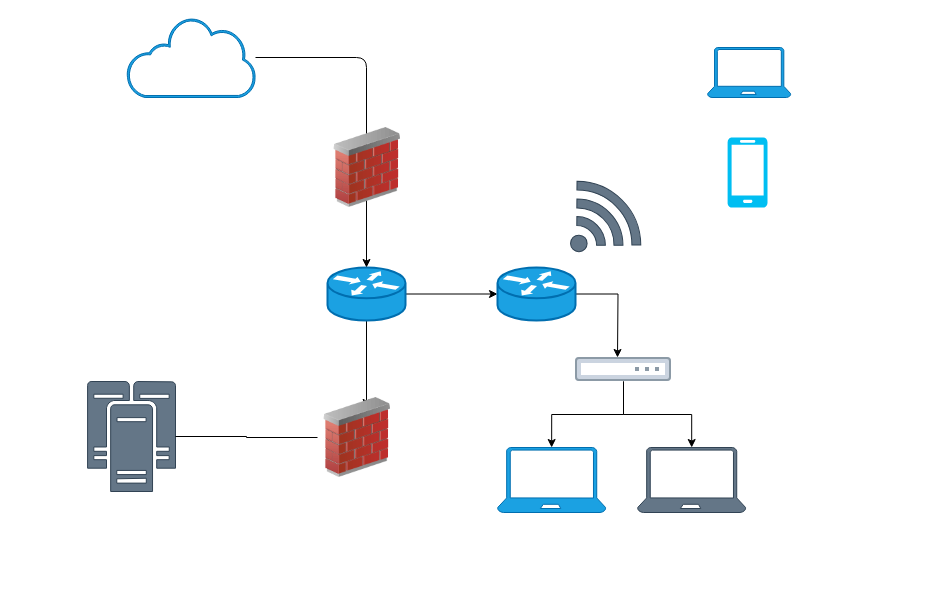
Earlier version of the draw.io diagram Untitled Diagram.drawio (bridget-cincotta/Linux-bash-scripting). Source tidied: cells renumbered, new cells numbered last; positions are measured from the earlier drawing's top-left corner, leaving out a move shared by most shapes. Both pictures are drawn from the tidied source at 100%, with x=0, y=0 at pixel (87, 17).
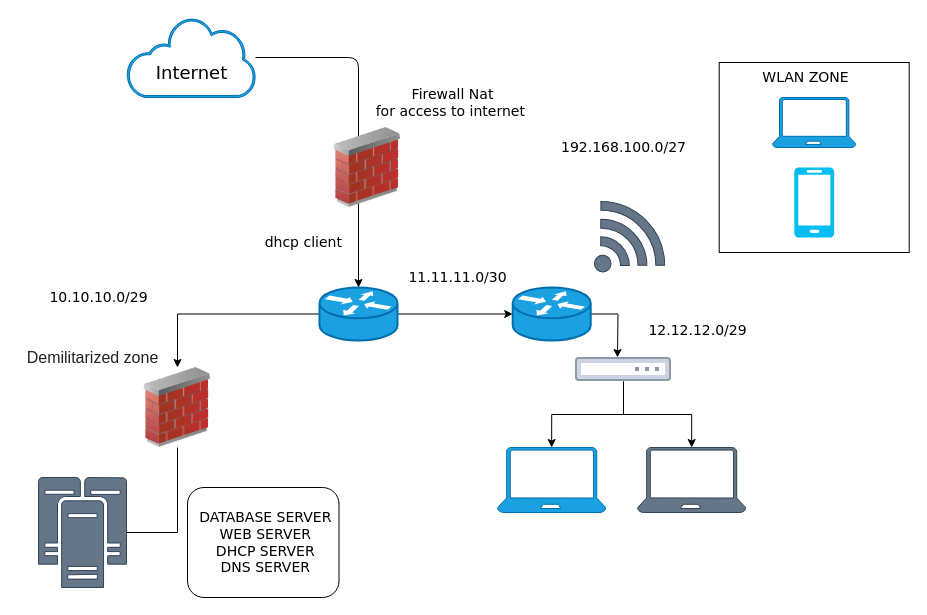
The same diagram, later.

The edit, as a diff of the source:
```diff
@@
+    <mxCell id="21" style="whiteSpace=wrap;html=1;fontFamily=Verdana;fontSize=14;" parent="1" vertex="1">
+      <mxGeometry x="631.7" y="45" width="190" height="190" as="geometry" />
+    </mxCell>
+    <mxCell id="22" style="rounded=1;whiteSpace=wrap;html=1;fontFamily=Verdana;fontSize=14;" parent="1" vertex="1">
+      <mxGeometry x="100" y="470" width="151.5" height="110" as="geometry" />
+    </mxCell>
@@
-    <mxCell id="3" style="edgeStyle=orthogonalEdgeStyle;rounded=0;jettySize=auto;html=1;" parent="1" edge="1" source="4">
-      <mxGeometry relative="1" as="geometry">
-        <mxPoint x="279" y="390" as="targetPoint" />
-      </mxGeometry>
-    </mxCell>
+    <mxCell id="23" style="edgeStyle=orthogonalEdgeStyle;rounded=0;jettySize=auto;html=1;fontFamily=Verdana;fontSize=14;" parent="1" edge="1" source="4" target="19">
+      <mxGeometry relative="1" as="geometry" />
+    </mxCell>
     <mxCell id="4" style="shape=mxgraph.cisco.routers.router;html=1;dashed=0;fillColor=#1ba1e2;strokeColor=#006EAF;strokeWidth=2;verticalLabelPosition=bottom;verticalAlign=top;align=center;outlineConnect=0;fontColor=#ffffff;" parent="1" vertex="1">
-      <mxGeometry x="240" y="250" width="78" height="53" as="geometry" />
+      <mxGeometry x="232" y="270" width="78" height="53" as="geometry" />
     </mxCell>
@@
     <mxCell id="6" style="shape=mxgraph.cisco.routers.router;html=1;dashed=0;fillColor=#1ba1e2;strokeColor=#006EAF;strokeWidth=2;verticalLabelPosition=bottom;verticalAlign=top;align=center;outlineConnect=0;fontColor=#ffffff;" parent="1" vertex="1">
-      <mxGeometry x="410" y="250" width="78" height="53" as="geometry" />
+      <mxGeometry x="425.2" y="270" width="78" height="53" as="geometry" />
     </mxCell>
@@
     <mxCell id="9" style="sketch=0;shadow=0;dashed=0;html=1;strokeColor=#314354;labelPosition=center;verticalLabelPosition=bottom;verticalAlign=top;align=center;fillColor=#647687;shape=mxgraph.mscae.enterprise.cluster_server;fontColor=#ffffff;" parent="1" vertex="1">
-      <mxGeometry y="364" width="88" height="110" as="geometry" />
+      <mxGeometry x="-49" y="460" width="88" height="110" as="geometry" />
     </mxCell>
@@
     <mxCell id="16" style="sketch=0;shadow=0;dashed=0;html=1;strokeColor=#006EAF;labelPosition=center;verticalLabelPosition=bottom;verticalAlign=top;align=center;fillColor=#1ba1e2;shape=mxgraph.azure.laptop;fontColor=#ffffff;" parent="1" vertex="1">
-      <mxGeometry x="620" y="30" width="83.3" height="50" as="geometry" />
+      <mxGeometry x="685" y="80" width="83.3" height="50" as="geometry" />
     </mxCell>
     <mxCell id="17" style="sketch=0;shadow=0;dashed=0;html=1;strokeColor=#314354;labelPosition=center;verticalLabelPosition=bottom;verticalAlign=top;align=center;fillColor=#647687;shape=mxgraph.mscae.enterprise.wireless_connection;rotation=-45;fontColor=#ffffff;" parent="1" vertex="1">
-      <mxGeometry x="474.2" y="159.8" width="75.8" height="90.2" as="geometry" />
+      <mxGeometry x="498.1" y="180" width="75.8" height="90.2" as="geometry" />
     </mxCell>
     <mxCell id="18" style="verticalLabelPosition=bottom;html=1;verticalAlign=top;align=center;strokeColor=none;fillColor=#00BEF2;shape=mxgraph.azure.mobile;" parent="1" vertex="1">
-      <mxGeometry x="640" y="120" width="40" height="70" as="geometry" />
+      <mxGeometry x="706.7" y="150" width="40" height="70" as="geometry" />
     </mxCell>
     <mxCell id="19" style="image;html=1;image=img/lib/clip_art/networking/Firewall_02_128x128.png;" parent="1" vertex="1">
-      <mxGeometry x="230" y="380" width="80" height="80" as="geometry" />
+      <mxGeometry x="50" y="350" width="80" height="80" as="geometry" />
     </mxCell>
@@
+    <mxCell id="24" value="&lt;font face=&quot;Verdana&quot; style=&quot;font-size: 18px;&quot;&gt;Internet&lt;/font&gt;" style="text;html=1;align=center;verticalAlign=middle;strokeColor=none;fillColor=none;" parent="1" vertex="1">
+      <mxGeometry x="58.5" y="45" width="90" height="20" as="geometry" />
+    </mxCell>
+    <mxCell id="25" value="&lt;font style=&quot;font-size: 14px;&quot; face=&quot;Verdana&quot;&gt;Firewall Nat &lt;br&gt;for access to internet&amp;nbsp;&lt;/font&gt;" style="text;html=1;align=center;verticalAlign=middle;strokeColor=none;fillColor=none;" parent="1" vertex="1">
+      <mxGeometry x="280" y="65" width="170" height="40" as="geometry" />
+    </mxCell>
+    <mxCell id="26" value="&lt;span style=&quot;color: rgb(32, 33, 36); font-family: arial, sans-serif; font-size: 16px; text-align: left; background-color: rgb(255, 255, 255);&quot;&gt;Demilitarized zone&lt;/span&gt;" style="text;html=1;align=center;verticalAlign=middle;strokeColor=none;fillColor=none;" parent="1" vertex="1">
+      <mxGeometry x="-70" y="330" width="150" height="20" as="geometry" />
+    </mxCell>
+    <mxCell id="27" value="&lt;font style=&quot;&quot;&gt;&lt;font style=&quot;font-size: 14px;&quot;&gt;DATABASE SERVER&amp;nbsp;&lt;br&gt;WEB SERVER&amp;nbsp;&lt;br&gt;DHCP SERVER&amp;nbsp;&lt;br&gt;DNS SERVER&amp;nbsp;&lt;/font&gt;&lt;br&gt;&lt;/font&gt;" style="text;html=1;align=center;verticalAlign=middle;strokeColor=none;fillColor=none;fontSize=14;fontFamily=Verdana;" parent="1" vertex="1">
+      <mxGeometry x="100" y="490" width="160" height="70" as="geometry" />
+    </mxCell>
+    <mxCell id="28" value="10.10.10.0/29" style="text;html=1;align=center;verticalAlign=middle;strokeColor=none;fillColor=none;fontSize=14;fontFamily=Verdana;" parent="1" vertex="1">
+      <mxGeometry x="-49" y="270.2" width="120" height="20" as="geometry" />
+    </mxCell>
+    <mxCell id="29" value="11.11.11.0/30" style="text;html=1;align=center;verticalAlign=middle;strokeColor=none;fillColor=none;fontSize=14;fontFamily=Verdana;" parent="1" vertex="1">
+      <mxGeometry x="310" y="250" width="120" height="20" as="geometry" />
+    </mxCell>
+    <mxCell id="30" value="12.12.12.0/29" style="text;html=1;align=center;verticalAlign=middle;strokeColor=none;fillColor=none;fontSize=14;fontFamily=Verdana;" parent="1" vertex="1">
+      <mxGeometry x="550" y="303" width="120" height="20" as="geometry" />
+    </mxCell>
+    <mxCell id="31" value="192.168.100.0/27" style="text;html=1;align=center;verticalAlign=middle;strokeColor=none;fillColor=none;fontSize=14;fontFamily=Verdana;" parent="1" vertex="1">
+      <mxGeometry x="466" y="120" width="140" height="20" as="geometry" />
+    </mxCell>
+    <mxCell id="32" value="WLAN ZONE" style="text;html=1;align=center;verticalAlign=middle;strokeColor=none;fillColor=none;fontSize=14;fontFamily=Verdana;" parent="1" vertex="1">
+      <mxGeometry x="668.3" y="50" width="100" height="20" as="geometry" />
+    </mxCell>
+    <mxCell id="33" value="dhcp client&amp;nbsp;" style="text;html=1;align=center;verticalAlign=middle;strokeColor=none;fillColor=none;fontSize=14;fontFamily=Verdana;" parent="1" vertex="1">
+      <mxGeometry x="168" y="215" width="100" height="20" as="geometry" />
+    </mxCell>
```
